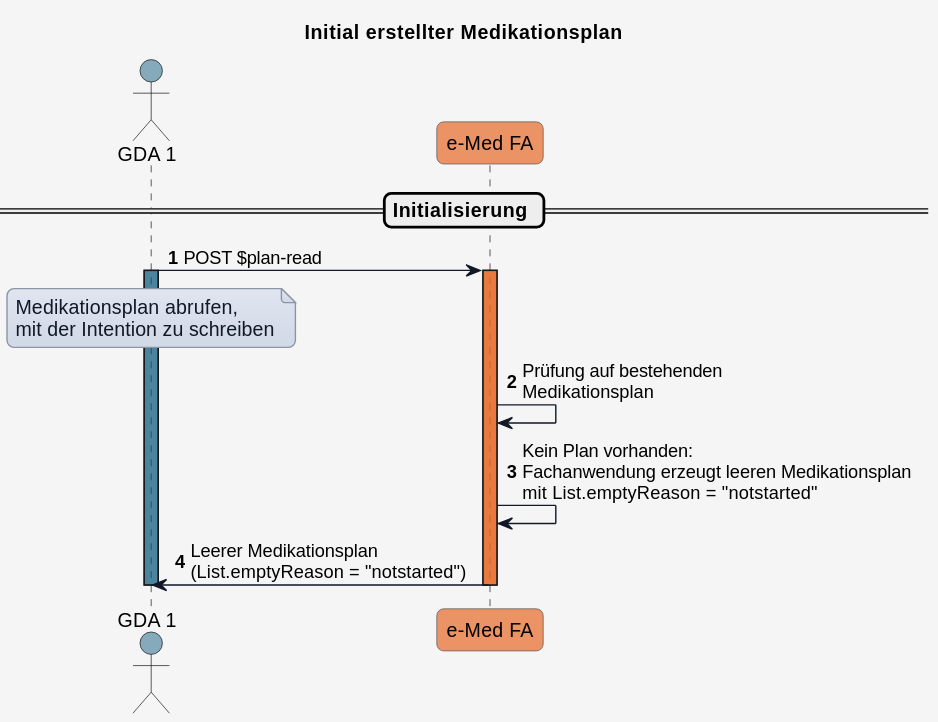
Above: input/images/plantuml/UC_eMed_06_01.svg in HL7Austria/ELGA-e-Medikation-R4 (PlantUML), before the change.
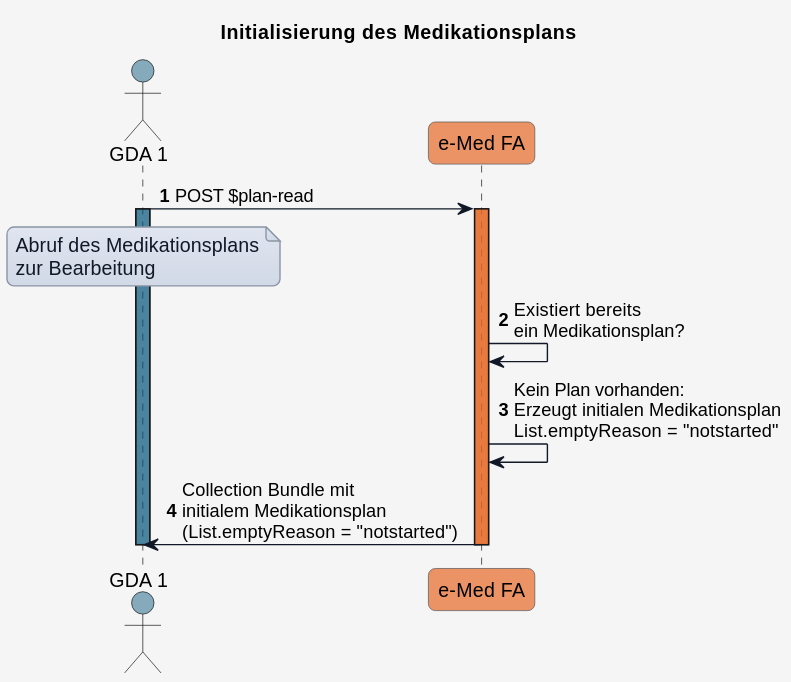
After the commit.

What changed in the source:
```diff
@@ -1,5 +1,5 @@
 @startuml
-title Initial erstellter Medikationsplan
+title Initialisierung des Medikationsplans
 
 
 skinparam borderColor #000000
@@ -54,21 +54,19 @@
 
 autonumber
 
-== Initialisierung ==
-
 GDA_1 -> eMed_FA: POST $plan-read
 activate GDA_1 COLOR_GDA_1
 
 note over GDA_1
-Medikationsplan abrufen,
-mit der Intention zu schreiben
+Abruf des Medikationsplans
+zur Bearbeitung
 end note
 
 activate eMed_FA COLOR_EMED_FA
-eMed_FA -> eMed_FA: Prüfung auf bestehenden\nMedikationsplan
+eMed_FA -> eMed_FA: Existiert bereits\nein Medikationsplan?
 
-eMed_FA -> eMed_FA: Kein Plan vorhanden:\nFachanwendung erzeugt leeren Medikationsplan\nmit List.emptyReason = "notstarted"
-eMed_FA -> GDA_1: Leerer Medikationsplan\n(List.emptyReason = "notstarted")
+eMed_FA -> eMed_FA: Kein Plan vorhanden:\nErzeugt initialen Medikationsplan\nList.emptyReason = "notstarted"
+eMed_FA -> GDA_1: Collection Bundle mit\ninitialem Medikationsplan\n(List.emptyReason = "notstarted")
 
 deactivate eMed_FA
 deactivate GDA_1
```
